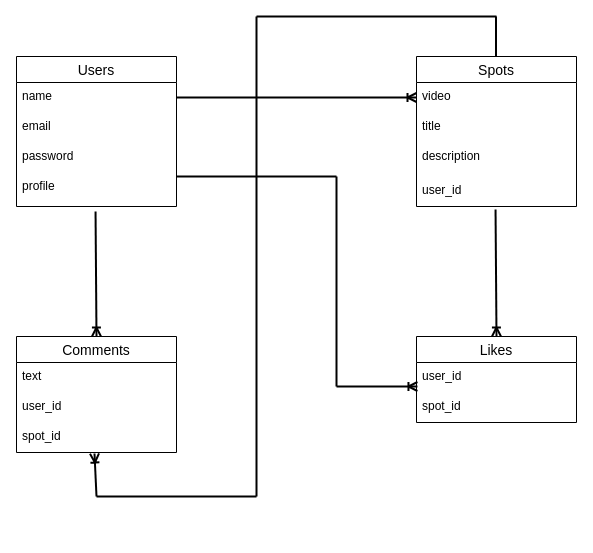
fumiyaaan/travel-mood keeps this draw.io diagram as database.dio. Above is the earlier version. Source tidied: cells renumbered, new cells numbered last; positions are measured from the earlier drawing's top-left corner, leaving out a move shared by most shapes. Both pictures are drawn from the tidied source at 100%, with x=0, y=0 at pixel (16, 16).
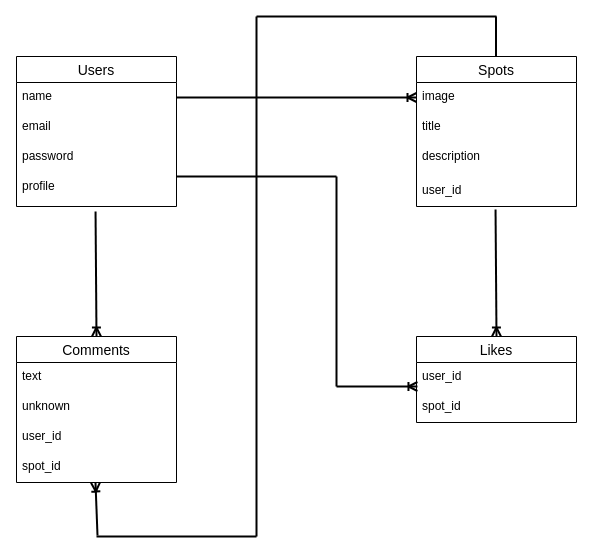
The same diagram, later.

Unchanged cells that the change refers to:
```xml
<mxCell id="7" value="Spots" style="swimlane;fontStyle=0;horizontal=1;startSize=26;align=center;fontSize=14;" parent="1" vertex="1">
  <mxGeometry x="400" y="40" width="160" height="150" as="geometry" />
</mxCell>
```

Change to the diagram source:
```diff
@@
-    <mxCell id="8" value="video" style="text;strokeColor=none;fillColor=none;spacingLeft=4;spacingRight=4;overflow=hidden;points=[[0,0.5],[1,0.5]];portConstraint=eastwest;fontSize=12;" parent="7" vertex="1">
+    <mxCell id="8" value="image" style="text;strokeColor=none;fillColor=none;spacingLeft=4;spacingRight=4;overflow=hidden;points=[[0,0.5],[1,0.5]];portConstraint=eastwest;fontSize=12;" parent="7" vertex="1">
       <mxGeometry y="26" width="160" height="30" as="geometry" />
     </mxCell>
@@
     <mxCell id="12" value="Comments" style="swimlane;fontStyle=0;horizontal=1;startSize=26;align=center;fontSize=14;" parent="1" vertex="1">
-      <mxGeometry y="320" width="160" height="116" as="geometry" />
+      <mxGeometry y="320" width="160" height="146" as="geometry" />
     </mxCell>
@@
-    <mxCell id="14" value="user_id" style="text;strokeColor=none;fillColor=none;spacingLeft=4;spacingRight=4;overflow=hidden;fontSize=12;" parent="12" vertex="1">
+    <mxCell id="14" value="unknown" style="text;strokeColor=none;fillColor=none;spacingLeft=4;spacingRight=4;overflow=hidden;fontSize=12;" parent="12" vertex="1">
       <mxGeometry y="56" width="160" height="30" as="geometry" />
     </mxCell>
-    <mxCell id="15" value="spot_id" style="text;strokeColor=none;fillColor=none;spacingLeft=4;spacingRight=4;overflow=hidden;fontSize=12;" parent="12" vertex="1">
+    <mxCell id="15" value="user_id" style="text;strokeColor=none;fillColor=none;spacingLeft=4;spacingRight=4;overflow=hidden;fontSize=12;" parent="12" vertex="1">
       <mxGeometry y="86" width="160" height="30" as="geometry" />
     </mxCell>
+    <mxCell id="30" value="spot_id" style="text;strokeColor=none;fillColor=none;spacingLeft=4;spacingRight=4;overflow=hidden;fontSize=12;" parent="12" vertex="1">
+      <mxGeometry y="116" width="160" height="30" as="geometry" />
+    </mxCell>
@@
     <mxCell id="24" style="endArrow=none;html=1;rounded=0;strokeWidth=2;" parent="1" edge="1">
       <mxGeometry relative="1" as="geometry">
         <mxPoint x="240" as="sourcePoint" />
-        <mxPoint x="240" y="480" as="targetPoint" />
+        <mxPoint x="240" y="520" as="targetPoint" />
       </mxGeometry>
     </mxCell>
     <mxCell id="25" style="endArrow=none;html=1;rounded=0;strokeWidth=2;" parent="1" edge="1">
       <mxGeometry relative="1" as="geometry">
-        <mxPoint x="80" y="480" as="sourcePoint" />
-        <mxPoint x="240" y="480" as="targetPoint" />
+        <mxPoint x="80" y="520" as="sourcePoint" />
+        <mxPoint x="240" y="520" as="targetPoint" />
       </mxGeometry>
     </mxCell>
-    <mxCell id="26" style="fontSize=12;html=1;endArrow=ERoneToMany;strokeWidth=2;" parent="1" edge="1">
-      <mxGeometry relative="1" as="geometry">
-        <mxPoint x="80" y="480" as="sourcePoint" />
-        <mxPoint x="78" y="437" as="targetPoint" />
-      </mxGeometry>
-    </mxCell>
@@
+    <mxCell id="26" style="fontSize=12;html=1;endArrow=ERoneToMany;strokeWidth=2;" parent="1" edge="1">
+      <mxGeometry relative="1" as="geometry">
+        <mxPoint x="81" y="519" as="sourcePoint" />
+        <mxPoint x="79" y="466" as="targetPoint" />
+      </mxGeometry>
+    </mxCell>
```
